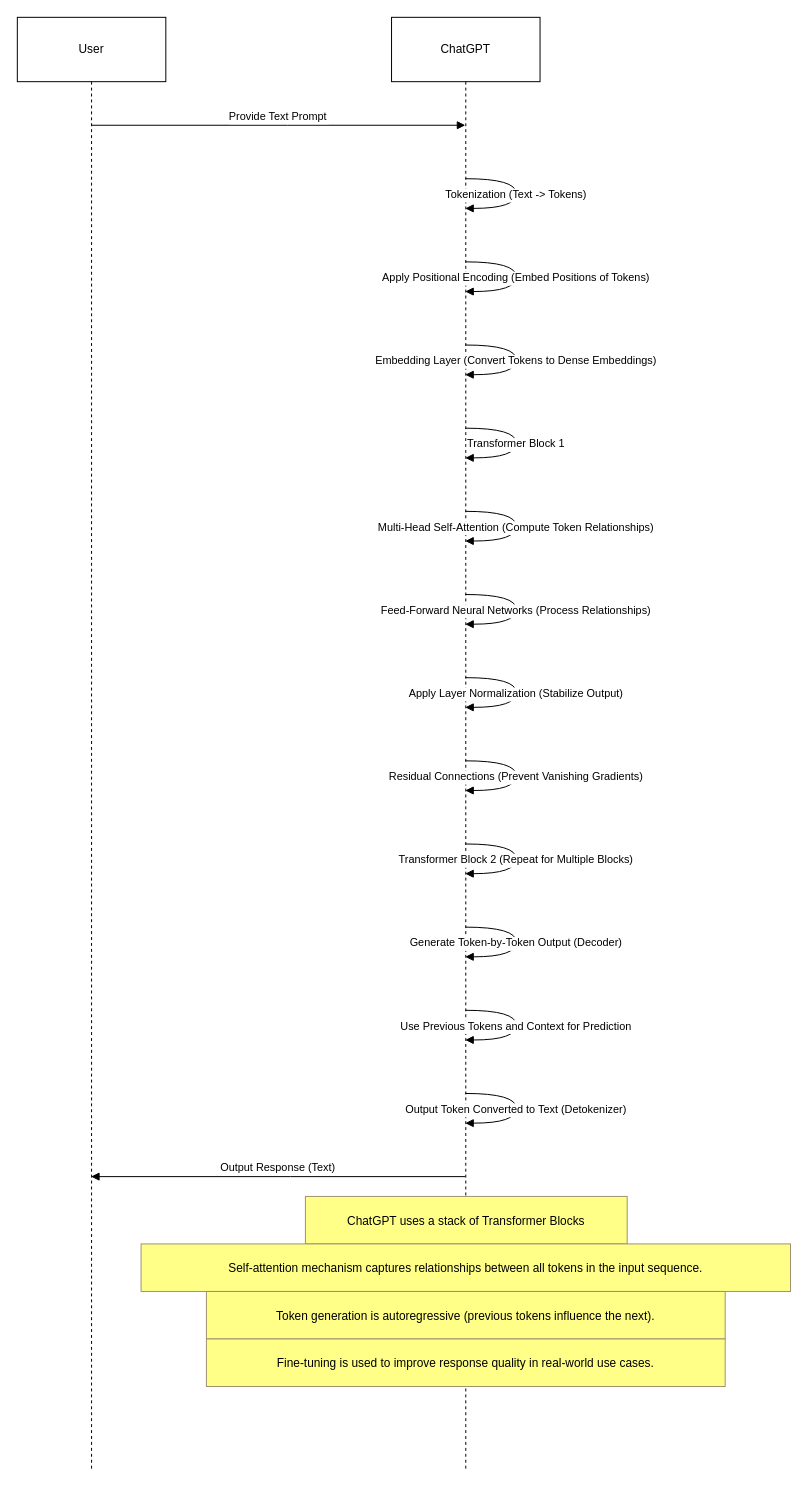
This is Untitled Diagram.drawio from msudipta888/class-note, a draw.io file, before an edit. Source tidied: cells renumbered, new cells numbered last; positions are measured from the earlier drawing's top-left corner, leaving out a move shared by most shapes. Both pictures are drawn from the tidied source at 99%, with x=0, y=0 at pixel (17, 17).
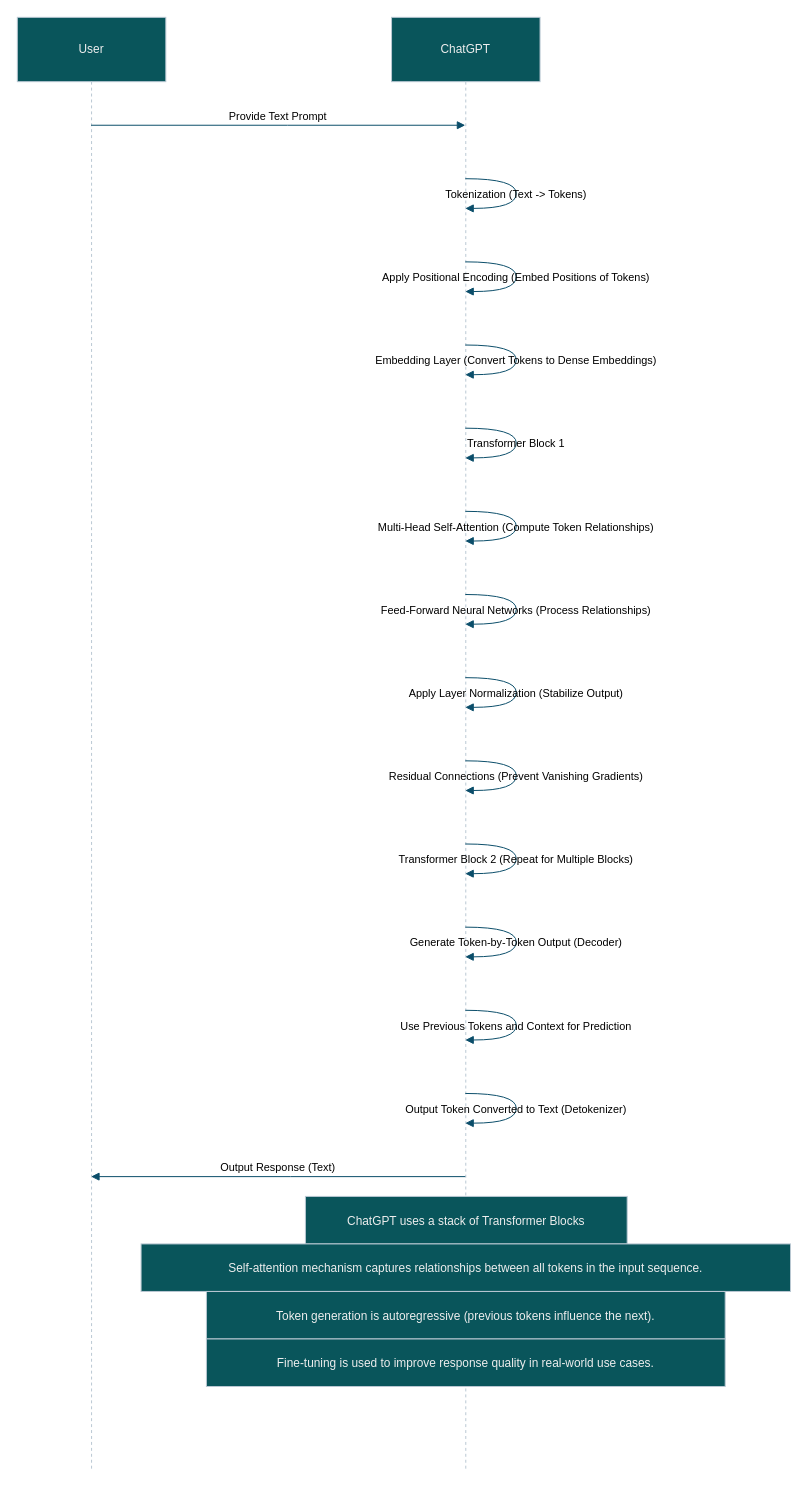
The same page after the edit.

The edit, as a diff of the source:
```diff
@@
-    <mxCell id="2" value="User" style="shape=umlLifeline;perimeter=lifelinePerimeter;whiteSpace=wrap;outlineConnect=0;portConstraint=eastwest;newEdgeStyle={&quot;edgeStyle&quot;:&quot;elbowEdgeStyle&quot;,&quot;elbow&quot;:&quot;vertical&quot;,&quot;curved&quot;:0,&quot;rounded&quot;:0};size=65;" parent="1" vertex="1">
+    <mxCell id="2" value="User" style="shape=umlLifeline;perimeter=lifelinePerimeter;whiteSpace=wrap;outlineConnect=0;portConstraint=eastwest;newEdgeStyle={&quot;edgeStyle&quot;:&quot;elbowEdgeStyle&quot;,&quot;elbow&quot;:&quot;vertical&quot;,&quot;curved&quot;:0,&quot;rounded&quot;:0};size=65;labelBackgroundColor=none;fillColor=#09555B;strokeColor=#BAC8D3;fontColor=#EEEEEE;" parent="1" vertex="1">
       <mxGeometry width="150" height="1468" as="geometry" />
     </mxCell>
-    <mxCell id="3" value="ChatGPT" style="shape=umlLifeline;perimeter=lifelinePerimeter;whiteSpace=wrap;outlineConnect=0;portConstraint=eastwest;newEdgeStyle={&quot;edgeStyle&quot;:&quot;elbowEdgeStyle&quot;,&quot;elbow&quot;:&quot;vertical&quot;,&quot;curved&quot;:0,&quot;rounded&quot;:0};size=65;" parent="1" vertex="1">
+    <mxCell id="3" value="ChatGPT" style="shape=umlLifeline;perimeter=lifelinePerimeter;whiteSpace=wrap;outlineConnect=0;portConstraint=eastwest;newEdgeStyle={&quot;edgeStyle&quot;:&quot;elbowEdgeStyle&quot;,&quot;elbow&quot;:&quot;vertical&quot;,&quot;curved&quot;:0,&quot;rounded&quot;:0};size=65;labelBackgroundColor=none;fillColor=#09555B;strokeColor=#BAC8D3;fontColor=#EEEEEE;" parent="1" vertex="1">
       <mxGeometry x="378" width="150" height="1468" as="geometry" />
     </mxCell>
-    <mxCell id="4" value="Provide Text Prompt" style="verticalAlign=bottom;edgeStyle=elbowEdgeStyle;elbow=vertical;curved=0;rounded=0;endArrow=block;" parent="1" edge="1" source="2" target="3">
+    <mxCell id="4" value="Provide Text Prompt" style="verticalAlign=bottom;edgeStyle=elbowEdgeStyle;elbow=vertical;curved=0;rounded=0;endArrow=block;labelBackgroundColor=none;strokeColor=#0B4D6A;fontColor=default;" parent="1" edge="1" source="2" target="3">
       <mxGeometry relative="1" as="geometry">
         <Array as="points">
           <mxPoint x="273" y="109" />
         </Array>
       </mxGeometry>
     </mxCell>
-    <mxCell id="5" value="Tokenization (Text -&gt; Tokens)" style="curved=1;endArrow=block;rounded=0;" parent="1" edge="1" source="3" target="3">
+    <mxCell id="5" value="Tokenization (Text -&gt; Tokens)" style="curved=1;endArrow=block;rounded=0;labelBackgroundColor=none;strokeColor=#0B4D6A;fontColor=default;" parent="1" edge="1" source="3" target="3">
       <mxGeometry relative="1" as="geometry">
         <Array as="points">
           <mxPoint x="504" y="163" />
           <mxPoint x="504" y="193" />
         </Array>
       </mxGeometry>
     </mxCell>
-    <mxCell id="6" value="Apply Positional Encoding (Embed Positions of Tokens)" style="curved=1;endArrow=block;rounded=0;" parent="1" edge="1" source="3" target="3">
+    <mxCell id="6" value="Apply Positional Encoding (Embed Positions of Tokens)" style="curved=1;endArrow=block;rounded=0;labelBackgroundColor=none;strokeColor=#0B4D6A;fontColor=default;" parent="1" edge="1" source="3" target="3">
       <mxGeometry relative="1" as="geometry">
         <Array as="points">
           <mxPoint x="504" y="247" />
           <mxPoint x="504" y="277" />
         </Array>
       </mxGeometry>
     </mxCell>
-    <mxCell id="7" value="Embedding Layer (Convert Tokens to Dense Embeddings)" style="curved=1;endArrow=block;rounded=0;" parent="1" edge="1" source="3" target="3">
+    <mxCell id="7" value="Embedding Layer (Convert Tokens to Dense Embeddings)" style="curved=1;endArrow=block;rounded=0;labelBackgroundColor=none;strokeColor=#0B4D6A;fontColor=default;" parent="1" edge="1" source="3" target="3">
       <mxGeometry relative="1" as="geometry">
         <Array as="points">
           <mxPoint x="504" y="331" />
           <mxPoint x="504" y="361" />
         </Array>
       </mxGeometry>
     </mxCell>
-    <mxCell id="8" value="Transformer Block 1" style="curved=1;endArrow=block;rounded=0;" parent="1" edge="1" source="3" target="3">
+    <mxCell id="8" value="Transformer Block 1" style="curved=1;endArrow=block;rounded=0;labelBackgroundColor=none;strokeColor=#0B4D6A;fontColor=default;" parent="1" edge="1" source="3" target="3">
       <mxGeometry relative="1" as="geometry">
         <Array as="points">
           <mxPoint x="504" y="415" />
           <mxPoint x="504" y="445" />
         </Array>
       </mxGeometry>
     </mxCell>
-    <mxCell id="9" value="Multi-Head Self-Attention (Compute Token Relationships)" style="curved=1;endArrow=block;rounded=0;" parent="1" edge="1" source="3" target="3">
+    <mxCell id="9" value="Multi-Head Self-Attention (Compute Token Relationships)" style="curved=1;endArrow=block;rounded=0;labelBackgroundColor=none;strokeColor=#0B4D6A;fontColor=default;" parent="1" edge="1" source="3" target="3">
       <mxGeometry relative="1" as="geometry">
         <Array as="points">
           <mxPoint x="504" y="499" />
           <mxPoint x="504" y="529" />
         </Array>
       </mxGeometry>
     </mxCell>
-    <mxCell id="10" value="Feed-Forward Neural Networks (Process Relationships)" style="curved=1;endArrow=block;rounded=0;" parent="1" edge="1" source="3" target="3">
+    <mxCell id="10" value="Feed-Forward Neural Networks (Process Relationships)" style="curved=1;endArrow=block;rounded=0;labelBackgroundColor=none;strokeColor=#0B4D6A;fontColor=default;" parent="1" edge="1" source="3" target="3">
       <mxGeometry relative="1" as="geometry">
         <Array as="points">
           <mxPoint x="504" y="583" />
           <mxPoint x="504" y="613" />
         </Array>
       </mxGeometry>
     </mxCell>
-    <mxCell id="11" value="Apply Layer Normalization (Stabilize Output)" style="curved=1;endArrow=block;rounded=0;" parent="1" edge="1" source="3" target="3">
+    <mxCell id="11" value="Apply Layer Normalization (Stabilize Output)" style="curved=1;endArrow=block;rounded=0;labelBackgroundColor=none;strokeColor=#0B4D6A;fontColor=default;" parent="1" edge="1" source="3" target="3">
       <mxGeometry relative="1" as="geometry">
         <Array as="points">
           <mxPoint x="504" y="667" />
           <mxPoint x="504" y="697" />
         </Array>
       </mxGeometry>
     </mxCell>
-    <mxCell id="12" value="Residual Connections (Prevent Vanishing Gradients)" style="curved=1;endArrow=block;rounded=0;" parent="1" edge="1" source="3" target="3">
+    <mxCell id="12" value="Residual Connections (Prevent Vanishing Gradients)" style="curved=1;endArrow=block;rounded=0;labelBackgroundColor=none;strokeColor=#0B4D6A;fontColor=default;" parent="1" edge="1" source="3" target="3">
       <mxGeometry relative="1" as="geometry">
         <Array as="points">
           <mxPoint x="504" y="751" />
           <mxPoint x="504" y="781" />
         </Array>
       </mxGeometry>
     </mxCell>
-    <mxCell id="13" value="Transformer Block 2 (Repeat for Multiple Blocks)" style="curved=1;endArrow=block;rounded=0;" parent="1" edge="1" source="3" target="3">
+    <mxCell id="13" value="Transformer Block 2 (Repeat for Multiple Blocks)" style="curved=1;endArrow=block;rounded=0;labelBackgroundColor=none;strokeColor=#0B4D6A;fontColor=default;" parent="1" edge="1" source="3" target="3">
       <mxGeometry relative="1" as="geometry">
         <Array as="points">
           <mxPoint x="504" y="835" />
           <mxPoint x="504" y="865" />
         </Array>
       </mxGeometry>
     </mxCell>
-    <mxCell id="14" value="Generate Token-by-Token Output (Decoder)" style="curved=1;endArrow=block;rounded=0;" parent="1" edge="1" source="3" target="3">
+    <mxCell id="14" value="Generate Token-by-Token Output (Decoder)" style="curved=1;endArrow=block;rounded=0;labelBackgroundColor=none;strokeColor=#0B4D6A;fontColor=default;" parent="1" edge="1" source="3" target="3">
       <mxGeometry relative="1" as="geometry">
         <Array as="points">
           <mxPoint x="504" y="919" />
           <mxPoint x="504" y="949" />
         </Array>
       </mxGeometry>
     </mxCell>
-    <mxCell id="15" value="Use Previous Tokens and Context for Prediction" style="curved=1;endArrow=block;rounded=0;" parent="1" edge="1" source="3" target="3">
+    <mxCell id="15" value="Use Previous Tokens and Context for Prediction" style="curved=1;endArrow=block;rounded=0;labelBackgroundColor=none;strokeColor=#0B4D6A;fontColor=default;" parent="1" edge="1" source="3" target="3">
       <mxGeometry relative="1" as="geometry">
         <Array as="points">
           <mxPoint x="504" y="1003" />
           <mxPoint x="504" y="1033" />
         </Array>
       </mxGeometry>
     </mxCell>
-    <mxCell id="16" value="Output Token Converted to Text (Detokenizer)" style="curved=1;endArrow=block;rounded=0;" parent="1" edge="1" source="3" target="3">
+    <mxCell id="16" value="Output Token Converted to Text (Detokenizer)" style="curved=1;endArrow=block;rounded=0;labelBackgroundColor=none;strokeColor=#0B4D6A;fontColor=default;" parent="1" edge="1" source="3" target="3">
       <mxGeometry relative="1" as="geometry">
         <Array as="points">
           <mxPoint x="504" y="1087" />
           <mxPoint x="504" y="1117" />
         </Array>
       </mxGeometry>
     </mxCell>
-    <mxCell id="17" value="Output Response (Text)" style="verticalAlign=bottom;edgeStyle=elbowEdgeStyle;elbow=vertical;curved=0;rounded=0;endArrow=block;" parent="1" edge="1" source="3" target="2">
+    <mxCell id="17" value="Output Response (Text)" style="verticalAlign=bottom;edgeStyle=elbowEdgeStyle;elbow=vertical;curved=0;rounded=0;endArrow=block;labelBackgroundColor=none;strokeColor=#0B4D6A;fontColor=default;" parent="1" edge="1" source="3" target="2">
       <mxGeometry relative="1" as="geometry">
         <Array as="points">
           <mxPoint x="276" y="1171" />
         </Array>
       </mxGeometry>
     </mxCell>
-    <mxCell id="18" value="ChatGPT uses a stack of Transformer Blocks" style="fillColor=#ffff88;strokeColor=#9E916F;" parent="1" vertex="1">
+    <mxCell id="18" value="ChatGPT uses a stack of Transformer Blocks" style="fillColor=#09555B;strokeColor=#BAC8D3;labelBackgroundColor=none;fontColor=#EEEEEE;" parent="1" vertex="1">
       <mxGeometry x="291" y="1191" width="325" height="48" as="geometry" />
     </mxCell>
-    <mxCell id="19" value="Self-attention mechanism captures relationships between all tokens in the input sequence." style="fillColor=#ffff88;strokeColor=#9E916F;" parent="1" vertex="1">
+    <mxCell id="19" value="Self-attention mechanism captures relationships between all tokens in the input sequence." style="fillColor=#09555B;strokeColor=#BAC8D3;labelBackgroundColor=none;fontColor=#EEEEEE;" parent="1" vertex="1">
       <mxGeometry x="125" y="1239" width="656" height="48" as="geometry" />
     </mxCell>
-    <mxCell id="20" value="Token generation is autoregressive (previous tokens influence the next)." style="fillColor=#ffff88;strokeColor=#9E916F;" parent="1" vertex="1">
+    <mxCell id="20" value="Token generation is autoregressive (previous tokens influence the next)." style="fillColor=#09555B;strokeColor=#BAC8D3;labelBackgroundColor=none;fontColor=#EEEEEE;" parent="1" vertex="1">
       <mxGeometry x="191" y="1287" width="524" height="48" as="geometry" />
     </mxCell>
-    <mxCell id="21" value="Fine-tuning is used to improve response quality in real-world use cases." style="fillColor=#ffff88;strokeColor=#9E916F;" parent="1" vertex="1">
+    <mxCell id="21" value="Fine-tuning is used to improve response quality in real-world use cases." style="fillColor=#09555B;strokeColor=#BAC8D3;labelBackgroundColor=none;fontColor=#EEEEEE;" parent="1" vertex="1">
       <mxGeometry x="191" y="1335" width="524" height="48" as="geometry" />
     </mxCell>
```
